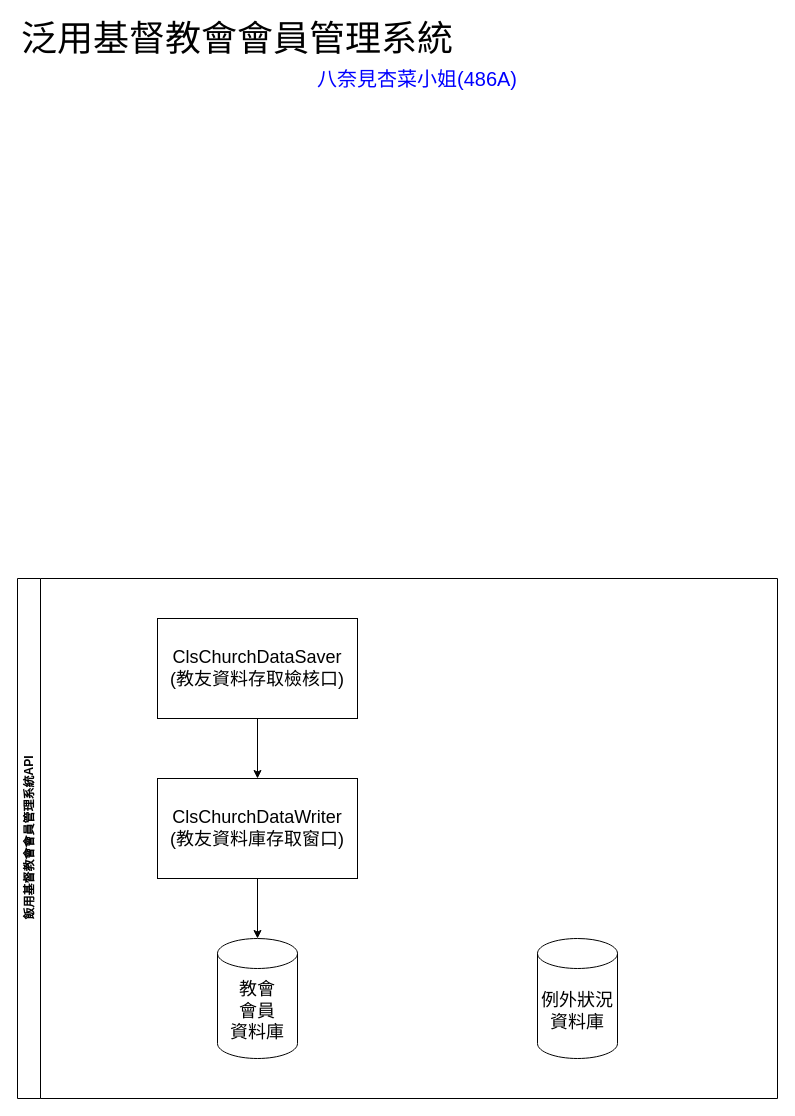
This is 系統架構圖.DRAWIO from Gary-Lu-IT/ChristianChurchMemberSystem, a draw.io file, before an edit. Source tidied: cells renumbered, new cells numbered last; positions are measured from the earlier drawing's top-left corner, leaving out a move shared by most shapes. Both pictures are drawn from the tidied source at 100%, with x=0, y=0 at pixel (17, 18).
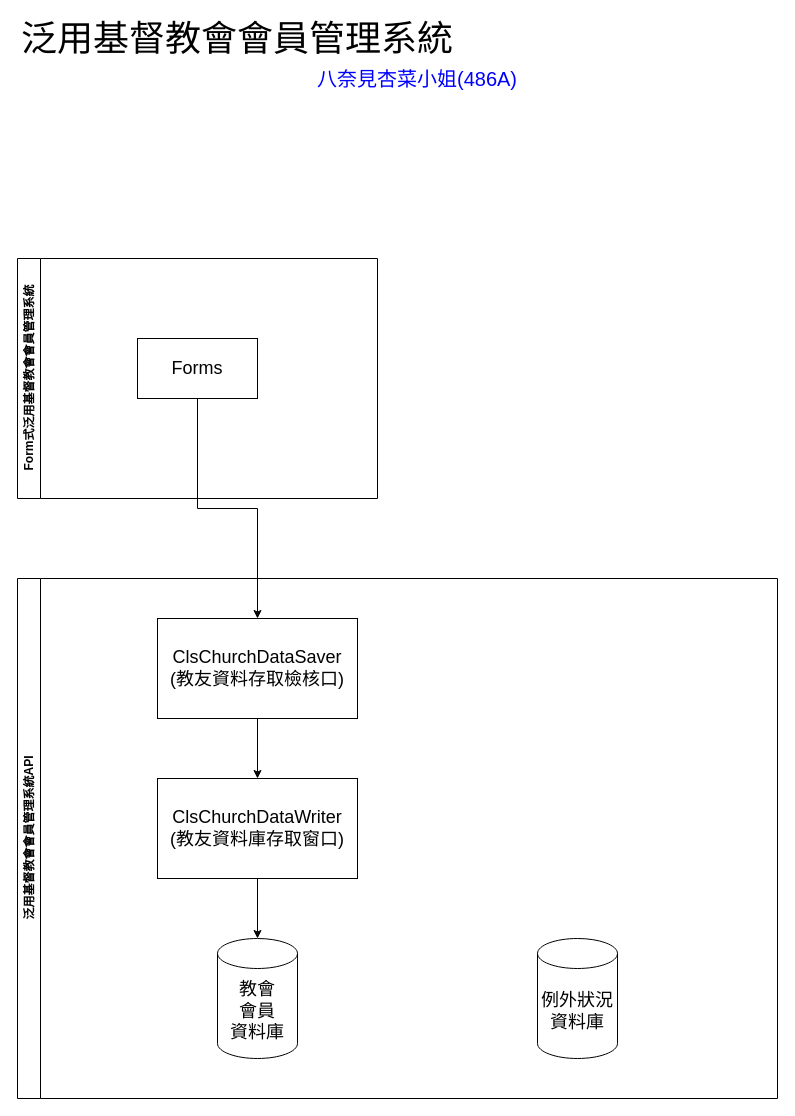
Above is the later version.

Change to the diagram source:
```diff
@@
 <mxGraphModel>
   <root>
     <mxCell id="0" />
     <mxCell id="1" parent="0" />
-    <mxCell id="2" value="飯用基督教會會員管理系統API" style="swimlane;horizontal=0;whiteSpace=wrap;html=1;" parent="1" vertex="1">
+    <mxCell id="2" value="泛用基督教會會員管理系統API" style="swimlane;horizontal=0;whiteSpace=wrap;html=1;" parent="1" vertex="1">
       <mxGeometry y="560" width="760" height="520" as="geometry" />
     </mxCell>
     <mxCell id="3" value="例外狀況&lt;div&gt;資料庫&lt;/div&gt;" style="shape=cylinder3;whiteSpace=wrap;html=1;boundedLbl=1;backgroundOutline=1;size=15;fontSize=18;" parent="2" vertex="1">
       <mxGeometry x="520" y="360" width="80" height="120" as="geometry" />
     </mxCell>
     <mxCell id="4" value="教會&lt;div&gt;會員&lt;/div&gt;&lt;div&gt;資料庫&lt;/div&gt;" style="shape=cylinder3;whiteSpace=wrap;html=1;boundedLbl=1;backgroundOutline=1;size=15;fontSize=18;" parent="2" vertex="1">
       <mxGeometry x="200" y="360" width="80" height="120" as="geometry" />
     </mxCell>
     <mxCell id="5" value="ClsChurchDataSaver&lt;div&gt;(教友資料存取檢核口)&lt;/div&gt;" style="rounded=0;whiteSpace=wrap;html=1;fontSize=18;" parent="2" vertex="1">
       <mxGeometry x="140" y="40" width="200" height="100" as="geometry" />
     </mxCell>
     <mxCell id="6" value="ClsChurchDataWriter&lt;div&gt;(教友資料庫存取窗口)&lt;/div&gt;" style="rounded=0;whiteSpace=wrap;html=1;fontSize=18;" parent="1" vertex="1">
       <mxGeometry x="140" y="760" width="200" height="100" as="geometry" />
     </mxCell>
     <mxCell id="7" style="edgeStyle=orthogonalEdgeStyle;rounded=0;jettySize=auto;html=1;exitX=0.5;exitY=1;exitDx=0;exitDy=0;entryX=0.5;entryY=0;entryDx=0;entryDy=0;entryPerimeter=0;" parent="1" edge="1" source="6" target="4">
       <mxGeometry relative="1" as="geometry" />
     </mxCell>
     <mxCell id="8" style="edgeStyle=orthogonalEdgeStyle;rounded=0;jettySize=auto;html=1;exitX=0.5;exitY=1;exitDx=0;exitDy=0;entryX=0.5;entryY=0;entryDx=0;entryDy=0;" parent="1" edge="1" source="5" target="6">
       <mxGeometry relative="1" as="geometry" />
     </mxCell>
     <mxCell id="9" value="泛用基督教會會員管理系統" style="text;html=1;align=center;verticalAlign=middle;whiteSpace=wrap;rounded=0;fontSize=36;" parent="1" vertex="1">
       <mxGeometry width="440" height="40" as="geometry" />
     </mxCell>
     <mxCell id="10" value="八奈見杏菜小姐(486A)" style="text;html=1;align=center;verticalAlign=middle;whiteSpace=wrap;rounded=0;fontSize=20;fontColor=light-dark(#0000ff, #ededed);" parent="1" vertex="1">
       <mxGeometry x="280" y="40" width="240" height="40" as="geometry" />
     </mxCell>
+    <mxCell id="11" value="Form式泛用基督教會會員管理系統" style="swimlane;horizontal=0;whiteSpace=wrap;html=1;" parent="1" vertex="1">
+      <mxGeometry y="240" width="360" height="240" as="geometry" />
+    </mxCell>
+    <mxCell id="12" value="Forms" style="rounded=0;whiteSpace=wrap;html=1;fontSize=18;" parent="11" vertex="1">
+      <mxGeometry x="120" y="80" width="120" height="60" as="geometry" />
+    </mxCell>
+    <mxCell id="13" style="edgeStyle=orthogonalEdgeStyle;rounded=0;jettySize=auto;html=1;exitX=0.5;exitY=1;exitDx=0;exitDy=0;entryX=0.5;entryY=0;entryDx=0;entryDy=0;" parent="1" edge="1" source="12" target="5">
+      <mxGeometry relative="1" as="geometry" />
+    </mxCell>
   </root>
 </mxGraphModel>
```
